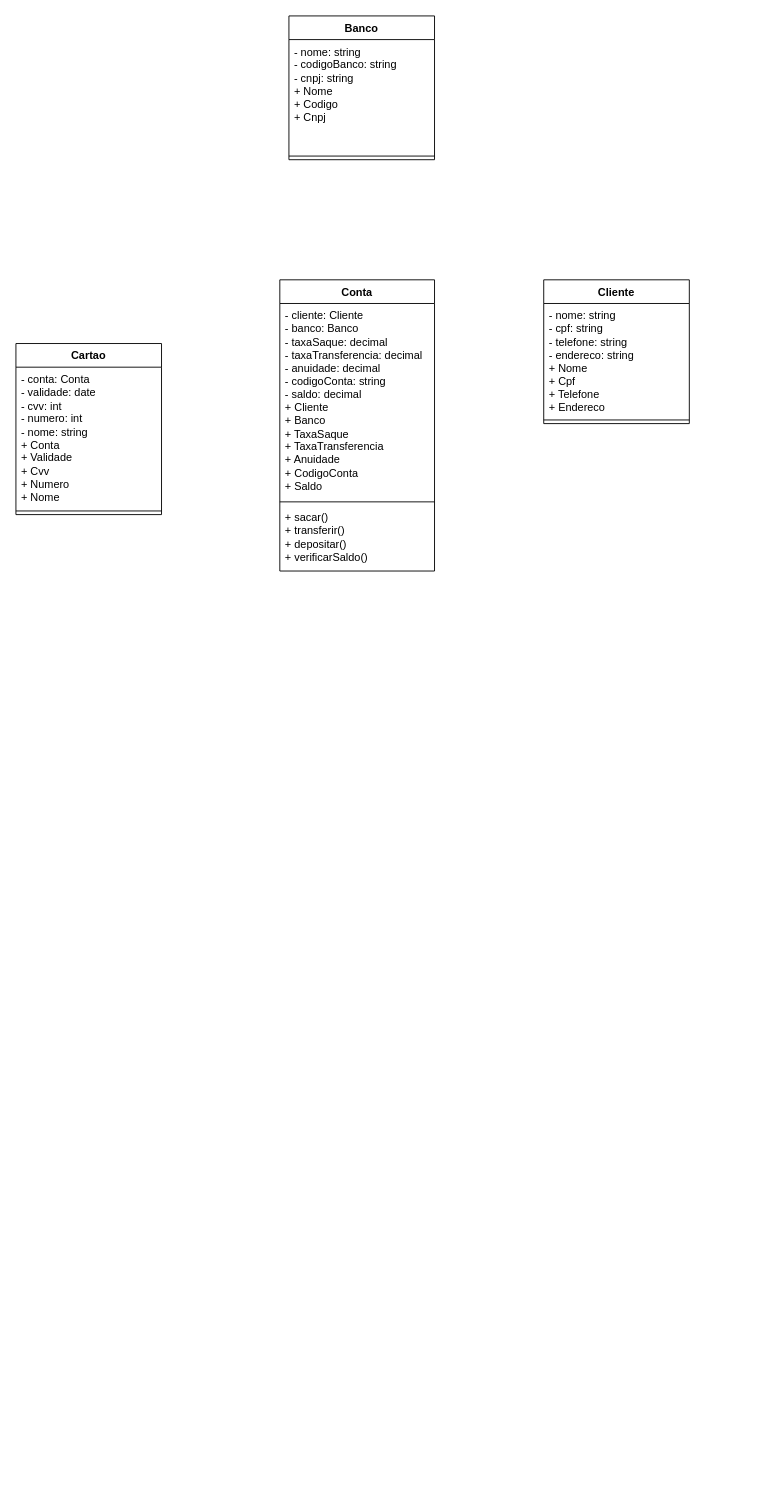
The draw.io diagram Classes Abstratas - POO.drawio in IamArthurGama/OOP-Abstract-Classes, before the edit. Source tidied: cells renumbered, new cells numbered last; positions are measured from the earlier drawing's top-left corner, leaving out a move shared by most shapes. Both pictures are drawn from the tidied source at 91%, with x=0, y=0 at pixel (15, 15).
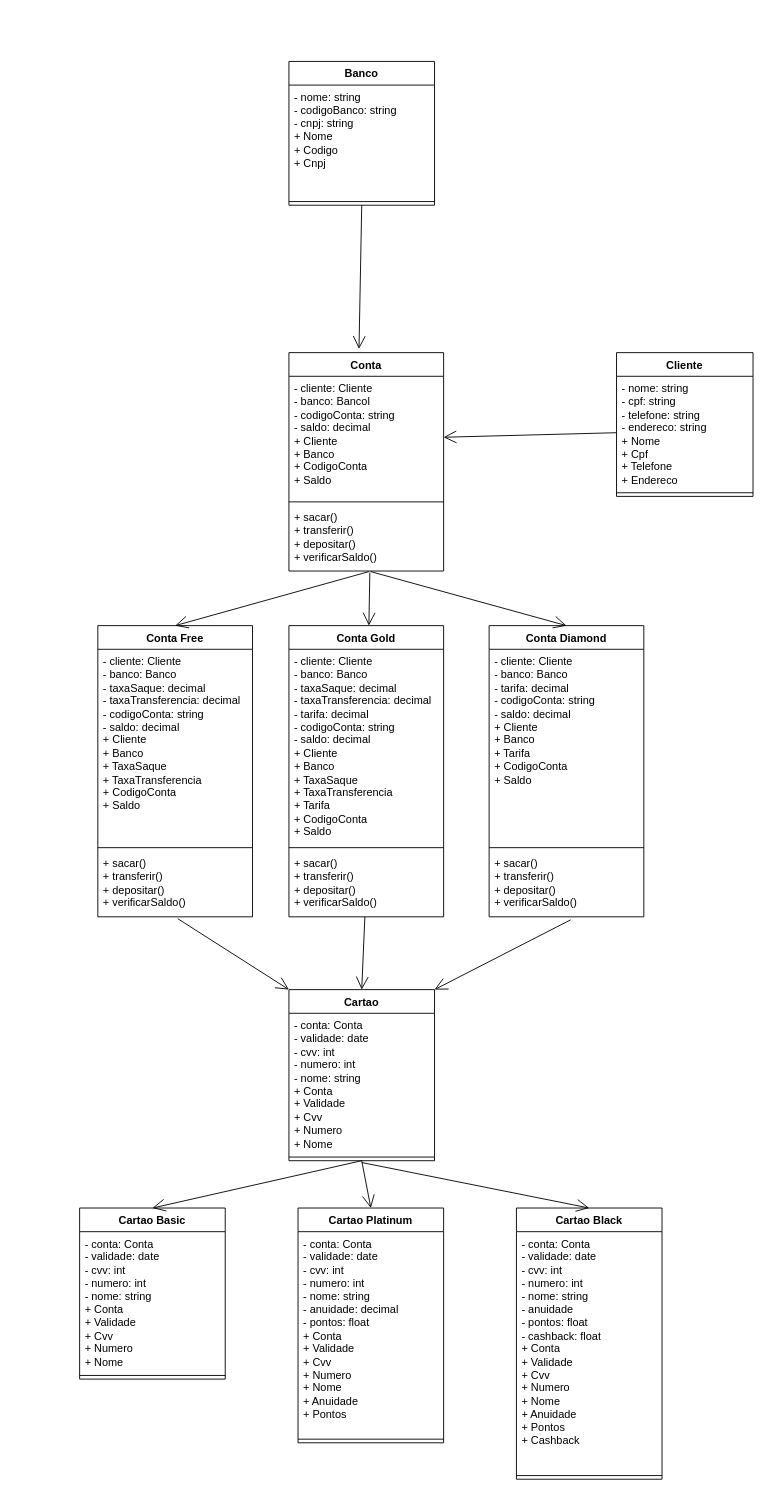
After the change.

Change to the diagram source:
```diff
@@
     <mxCell id="2" value="Conta" style="swimlane;fontStyle=1;align=center;verticalAlign=top;horizontal=1;startSize=26;whiteSpace=wrap;html=1;" parent="1" vertex="1">
-      <mxGeometry x="290" y="290" width="170" height="320" as="geometry" />
+      <mxGeometry x="300" y="370" width="170" height="240" as="geometry" />
     </mxCell>
-    <mxCell id="3" value="- cliente: Cliente&lt;div&gt;- banco: Banco&lt;/div&gt;&lt;div&gt;- taxaSaque: decimal&lt;/div&gt;&lt;div&gt;- taxaTransferencia: decimal&lt;/div&gt;&lt;div&gt;- anuidade: decimal&lt;/div&gt;&lt;div&gt;- codigoConta: string&lt;/div&gt;&lt;div&gt;- saldo: decimal&lt;/div&gt;&lt;div&gt;+ Cliente&lt;/div&gt;&lt;div&gt;+ Banco&lt;/div&gt;&lt;div&gt;+ TaxaSaque&lt;/div&gt;&lt;div&gt;+ TaxaTransferencia&lt;/div&gt;&lt;div&gt;+ Anuidade&lt;/div&gt;&lt;div&gt;+ CodigoConta&lt;/div&gt;&lt;div&gt;+ Saldo&lt;/div&gt;" style="text;strokeColor=none;fillColor=none;align=left;verticalAlign=top;spacingLeft=4;spacingRight=4;overflow=hidden;points=[[0,0.5],[1,0.5]];portConstraint=eastwest;whiteSpace=wrap;html=1;" parent="2" vertex="1">
-      <mxGeometry y="26" width="170" height="214" as="geometry" />
+    <mxCell id="3" value="- cliente: Cliente&lt;div&gt;- banco: Banco&lt;span style=&quot;background-color: transparent; color: light-dark(rgb(0, 0, 0), rgb(255, 255, 255));&quot;&gt;l&lt;/span&gt;&lt;/div&gt;&lt;div&gt;- codigoConta: string&lt;/div&gt;&lt;div&gt;- saldo: decimal&lt;/div&gt;&lt;div&gt;+ Cliente&lt;/div&gt;&lt;div&gt;+ Banco&lt;/div&gt;&lt;div&gt;+ CodigoConta&lt;/div&gt;&lt;div&gt;+ Saldo&lt;/div&gt;" style="text;strokeColor=none;fillColor=none;align=left;verticalAlign=top;spacingLeft=4;spacingRight=4;overflow=hidden;points=[[0,0.5],[1,0.5]];portConstraint=eastwest;whiteSpace=wrap;html=1;" parent="2" vertex="1">
+      <mxGeometry y="26" width="170" height="134" as="geometry" />
     </mxCell>
     <mxCell id="4" style="line;strokeWidth=1;fillColor=none;align=left;verticalAlign=middle;spacingTop=-1;spacingLeft=3;spacingRight=3;labelPosition=right;strokeColor=inherit;" parent="2" vertex="1">
-      <mxGeometry y="240" width="170" height="8" as="geometry" />
+      <mxGeometry y="160" width="170" height="8" as="geometry" />
     </mxCell>
     <mxCell id="5" value="+ sacar()&lt;div&gt;+ transferir()&lt;/div&gt;&lt;div&gt;+ depositar()&lt;/div&gt;&lt;div&gt;+ verificarSaldo()&lt;/div&gt;" style="text;strokeColor=none;fillColor=none;align=left;verticalAlign=top;spacingLeft=4;spacingRight=4;overflow=hidden;points=[[0,0.5],[1,0.5]];portConstraint=eastwest;whiteSpace=wrap;html=1;" parent="2" vertex="1">
-      <mxGeometry y="248" width="170" height="72" as="geometry" />
+      <mxGeometry y="168" width="170" height="72" as="geometry" />
     </mxCell>
     <mxCell id="6" value="Cartao" style="swimlane;fontStyle=1;align=center;verticalAlign=top;horizontal=1;startSize=26;whiteSpace=wrap;html=1;" parent="1" vertex="1">
-      <mxGeometry y="360" width="160" height="188" as="geometry" />
+      <mxGeometry x="300" y="1070" width="160" height="188" as="geometry" />
     </mxCell>
@@
     <mxCell id="9" value="Banco" style="swimlane;fontStyle=1;align=center;verticalAlign=top;horizontal=1;startSize=26;whiteSpace=wrap;html=1;" parent="1" vertex="1">
-      <mxGeometry x="300" width="160" height="158" as="geometry" />
+      <mxGeometry x="300" y="50" width="160" height="158" as="geometry" />
     </mxCell>
@@
     <mxCell id="12" value="Cliente" style="swimlane;fontStyle=1;align=center;verticalAlign=top;horizontal=1;startSize=26;whiteSpace=wrap;html=1;" parent="1" vertex="1">
-      <mxGeometry x="580" y="290" width="160" height="158" as="geometry" />
+      <mxGeometry x="660" y="370" width="150" height="158" as="geometry" />
     </mxCell>
     <mxCell id="13" value="- nome: string&lt;div&gt;- cpf: string&lt;/div&gt;&lt;div&gt;- telefone: string&lt;/div&gt;&lt;div&gt;- endereco: string&lt;/div&gt;&lt;div&gt;+ Nome&lt;/div&gt;&lt;div&gt;+ Cpf&lt;/div&gt;&lt;div&gt;+ Telefone&lt;/div&gt;&lt;div&gt;+ Endereco&lt;/div&gt;" style="text;strokeColor=none;fillColor=none;align=left;verticalAlign=top;spacingLeft=4;spacingRight=4;overflow=hidden;points=[[0,0.5],[1,0.5]];portConstraint=eastwest;whiteSpace=wrap;html=1;" parent="12" vertex="1">
-      <mxGeometry y="26" width="160" height="124" as="geometry" />
+      <mxGeometry y="26" width="150" height="124" as="geometry" />
     </mxCell>
     <mxCell id="14" style="line;strokeWidth=1;fillColor=none;align=left;verticalAlign=middle;spacingTop=-1;spacingLeft=3;spacingRight=3;labelPosition=right;strokeColor=inherit;" parent="12" vertex="1">
-      <mxGeometry y="150" width="160" height="8" as="geometry" />
+      <mxGeometry y="150" width="150" height="8" as="geometry" />
     </mxCell>
+    <mxCell id="15" value="Conta Free&lt;div&gt;&lt;br&gt;&lt;/div&gt;" style="swimlane;fontStyle=1;align=center;verticalAlign=top;horizontal=1;startSize=26;whiteSpace=wrap;html=1;" parent="1" vertex="1">
+      <mxGeometry x="90" y="670" width="170" height="320" as="geometry" />
+    </mxCell>
+    <mxCell id="16" value="- cliente: Cliente&lt;div&gt;- banco: Banco&lt;/div&gt;&lt;div&gt;- taxaSaque: decimal&lt;/div&gt;&lt;div&gt;- taxaTransferencia: decimal&lt;/div&gt;&lt;div&gt;- codigoConta: string&lt;/div&gt;&lt;div&gt;- saldo: decimal&lt;/div&gt;&lt;div&gt;+ Cliente&lt;/div&gt;&lt;div&gt;+ Banco&lt;/div&gt;&lt;div&gt;+ TaxaSaque&lt;/div&gt;&lt;div&gt;+ TaxaTransferencia&lt;/div&gt;&lt;div&gt;&lt;span style=&quot;background-color: transparent; color: light-dark(rgb(0, 0, 0), rgb(255, 255, 255));&quot;&gt;+ CodigoConta&lt;/span&gt;&lt;/div&gt;&lt;div&gt;+ Saldo&lt;/div&gt;" style="text;strokeColor=none;fillColor=none;align=left;verticalAlign=top;spacingLeft=4;spacingRight=4;overflow=hidden;whiteSpace=wrap;html=1;" parent="15" vertex="1">
+      <mxGeometry y="26" width="170" height="214" as="geometry" />
+    </mxCell>
+    <mxCell id="17" style="line;strokeWidth=1;fillColor=none;align=left;verticalAlign=middle;spacingTop=-1;spacingLeft=3;spacingRight=3;labelPosition=right;strokeColor=inherit;" parent="15" vertex="1">
+      <mxGeometry y="240" width="170" height="8" as="geometry" />
+    </mxCell>
+    <mxCell id="18" value="+ sacar()&lt;div&gt;+ transferir()&lt;/div&gt;&lt;div&gt;+ depositar()&lt;/div&gt;&lt;div&gt;+ verificarSaldo()&lt;/div&gt;" style="text;strokeColor=none;fillColor=none;align=left;verticalAlign=top;spacingLeft=4;spacingRight=4;overflow=hidden;points=[[0,0.5],[1,0.5]];portConstraint=eastwest;whiteSpace=wrap;html=1;" parent="15" vertex="1">
+      <mxGeometry y="248" width="170" height="72" as="geometry" />
+    </mxCell>
+    <mxCell id="19" value="Conta Gold" style="swimlane;fontStyle=1;align=center;verticalAlign=top;horizontal=1;startSize=26;whiteSpace=wrap;html=1;" parent="1" vertex="1">
+      <mxGeometry x="300" y="670" width="170" height="320" as="geometry" />
+    </mxCell>
+    <mxCell id="20" value="- cliente: Cliente&lt;div&gt;- banco: Banco&lt;/div&gt;&lt;div&gt;- taxaSaque: decimal&lt;/div&gt;&lt;div&gt;- taxaTransferencia: decimal&lt;/div&gt;&lt;div&gt;- tarifa: decimal&lt;/div&gt;&lt;div&gt;- codigoConta: string&lt;/div&gt;&lt;div&gt;- saldo: decimal&lt;/div&gt;&lt;div&gt;+ Cliente&lt;/div&gt;&lt;div&gt;+ Banco&lt;/div&gt;&lt;div&gt;+ TaxaSaque&lt;/div&gt;&lt;div&gt;+ TaxaTransferencia&lt;/div&gt;&lt;div&gt;+ Tarifa&lt;/div&gt;&lt;div&gt;+ CodigoConta&lt;/div&gt;&lt;div&gt;+ Saldo&lt;/div&gt;" style="text;strokeColor=none;fillColor=none;align=left;verticalAlign=top;spacingLeft=4;spacingRight=4;overflow=hidden;whiteSpace=wrap;html=1;" parent="19" vertex="1">
+      <mxGeometry y="26" width="170" height="214" as="geometry" />
+    </mxCell>
+    <mxCell id="21" style="line;strokeWidth=1;fillColor=none;align=left;verticalAlign=middle;spacingTop=-1;spacingLeft=3;spacingRight=3;labelPosition=right;strokeColor=inherit;" parent="19" vertex="1">
+      <mxGeometry y="240" width="170" height="8" as="geometry" />
+    </mxCell>
+    <mxCell id="22" value="+ sacar()&lt;div&gt;+ transferir()&lt;/div&gt;&lt;div&gt;+ depositar()&lt;/div&gt;&lt;div&gt;+ verificarSaldo()&lt;/div&gt;" style="text;strokeColor=none;fillColor=none;align=left;verticalAlign=top;spacingLeft=4;spacingRight=4;overflow=hidden;points=[[0,0.5],[1,0.5]];portConstraint=eastwest;whiteSpace=wrap;html=1;" parent="19" vertex="1">
+      <mxGeometry y="248" width="170" height="72" as="geometry" />
+    </mxCell>
+    <mxCell id="23" value="Conta Diamond" style="swimlane;fontStyle=1;align=center;verticalAlign=top;horizontal=1;startSize=26;whiteSpace=wrap;html=1;" parent="1" vertex="1">
+      <mxGeometry x="520" y="670" width="170" height="320" as="geometry" />
+    </mxCell>
+    <mxCell id="24" value="- cliente: Cliente&lt;div&gt;- banco: Banco&lt;/div&gt;&lt;div&gt;- tarifa: decimal&lt;/div&gt;&lt;div&gt;- codigoConta: string&lt;/div&gt;&lt;div&gt;- saldo: decimal&lt;/div&gt;&lt;div&gt;+ Cliente&lt;/div&gt;&lt;div&gt;+ Banco&lt;/div&gt;&lt;div&gt;+ Tarifa&lt;/div&gt;&lt;div&gt;+ CodigoConta&lt;/div&gt;&lt;div&gt;+ Saldo&lt;/div&gt;" style="text;strokeColor=none;fillColor=none;align=left;verticalAlign=top;spacingLeft=4;spacingRight=4;overflow=hidden;whiteSpace=wrap;html=1;" parent="23" vertex="1">
+      <mxGeometry y="26" width="170" height="214" as="geometry" />
+    </mxCell>
+    <mxCell id="25" style="line;strokeWidth=1;fillColor=none;align=left;verticalAlign=middle;spacingTop=-1;spacingLeft=3;spacingRight=3;labelPosition=right;strokeColor=inherit;" parent="23" vertex="1">
+      <mxGeometry y="240" width="170" height="8" as="geometry" />
+    </mxCell>
+    <mxCell id="26" value="+ sacar()&lt;div&gt;+ transferir()&lt;/div&gt;&lt;div&gt;+ depositar()&lt;/div&gt;&lt;div&gt;+ verificarSaldo()&lt;/div&gt;" style="text;strokeColor=none;fillColor=none;align=left;verticalAlign=top;spacingLeft=4;spacingRight=4;overflow=hidden;points=[[0,0.5],[1,0.5]];portConstraint=eastwest;whiteSpace=wrap;html=1;" parent="23" vertex="1">
+      <mxGeometry y="248" width="170" height="72" as="geometry" />
+    </mxCell>
+    <mxCell id="27" style="endArrow=open;endFill=1;endSize=12;html=1;rounded=0;exitX=0.517;exitY=1.009;exitDx=0;exitDy=0;exitPerimeter=0;entryX=0.5;entryY=0;entryDx=0;entryDy=0;" parent="1" edge="1" source="5" target="15">
+      <mxGeometry relative="1" as="geometry" />
+    </mxCell>
+    <mxCell id="28" style="endArrow=open;endFill=1;endSize=12;html=1;rounded=0;exitX=0.523;exitY=1.022;exitDx=0;exitDy=0;exitPerimeter=0;" parent="1" edge="1" source="5" target="19">
+      <mxGeometry relative="1" as="geometry" />
+    </mxCell>
+    <mxCell id="29" style="endArrow=open;endFill=1;endSize=12;html=1;rounded=0;exitX=0.529;exitY=1.009;exitDx=0;exitDy=0;exitPerimeter=0;entryX=0.5;entryY=0;entryDx=0;entryDy=0;" parent="1" edge="1" source="5" target="23">
+      <mxGeometry relative="1" as="geometry" />
+    </mxCell>
+    <mxCell id="30" style="endArrow=open;endFill=1;endSize=12;html=1;rounded=0;entryX=0.453;entryY=-0.017;entryDx=0;entryDy=0;entryPerimeter=0;exitX=0.5;exitY=1;exitDx=0;exitDy=0;" parent="1" edge="1" source="9" target="2">
+      <mxGeometry relative="1" as="geometry" />
+    </mxCell>
+    <mxCell id="31" style="endArrow=open;endFill=1;endSize=12;html=1;rounded=0;exitX=0;exitY=0.5;exitDx=0;exitDy=0;entryX=1;entryY=0.5;entryDx=0;entryDy=0;" parent="1" edge="1" source="13" target="3">
+      <mxGeometry relative="1" as="geometry" />
+    </mxCell>
+    <mxCell id="32" style="endArrow=open;endFill=1;endSize=12;html=1;rounded=0;exitX=0.517;exitY=1.029;exitDx=0;exitDy=0;exitPerimeter=0;entryX=0;entryY=0;entryDx=0;entryDy=0;" parent="1" edge="1" source="18" target="6">
+      <mxGeometry relative="1" as="geometry" />
+    </mxCell>
+    <mxCell id="33" style="endArrow=open;endFill=1;endSize=12;html=1;rounded=0;entryX=0.5;entryY=0;entryDx=0;entryDy=0;" parent="1" edge="1" source="22" target="6">
+      <mxGeometry relative="1" as="geometry" />
+    </mxCell>
+    <mxCell id="34" style="endArrow=open;endFill=1;endSize=12;html=1;rounded=0;exitX=0.527;exitY=1.046;exitDx=0;exitDy=0;exitPerimeter=0;entryX=1;entryY=0;entryDx=0;entryDy=0;" parent="1" edge="1" source="26" target="6">
+      <mxGeometry relative="1" as="geometry" />
+    </mxCell>
+    <mxCell id="35" value="Cartao Basic" style="swimlane;fontStyle=1;align=center;verticalAlign=top;horizontal=1;startSize=26;whiteSpace=wrap;html=1;" parent="1" vertex="1">
+      <mxGeometry x="70" y="1310" width="160" height="188" as="geometry" />
+    </mxCell>
+    <mxCell id="36" value="- conta: Conta&lt;div&gt;&lt;div&gt;- validade: date&lt;/div&gt;&lt;div&gt;- cvv: int&lt;/div&gt;&lt;div&gt;- numero: int&lt;/div&gt;&lt;div&gt;- nome: string&lt;/div&gt;&lt;div&gt;+ Conta&lt;/div&gt;&lt;div&gt;+ Validade&lt;/div&gt;&lt;div&gt;+ Cvv&lt;/div&gt;&lt;div&gt;+ Numero&lt;/div&gt;&lt;div&gt;+ Nome&lt;/div&gt;&lt;div&gt;&lt;br&gt;&lt;/div&gt;&lt;/div&gt;" style="text;strokeColor=none;fillColor=none;align=left;verticalAlign=top;spacingLeft=4;spacingRight=4;overflow=hidden;whiteSpace=wrap;html=1;" parent="35" vertex="1">
+      <mxGeometry y="26" width="160" height="154" as="geometry" />
+    </mxCell>
+    <mxCell id="37" style="line;strokeWidth=1;fillColor=none;align=left;verticalAlign=middle;spacingTop=-1;spacingLeft=3;spacingRight=3;labelPosition=right;strokeColor=inherit;" parent="35" vertex="1">
+      <mxGeometry y="180" width="160" height="8" as="geometry" />
+    </mxCell>
+    <mxCell id="38" value="Cartao Platinum" style="swimlane;fontStyle=1;align=center;verticalAlign=top;horizontal=1;startSize=26;whiteSpace=wrap;html=1;" parent="1" vertex="1">
+      <mxGeometry x="310" y="1310" width="160" height="258" as="geometry" />
+    </mxCell>
+    <mxCell id="39" value="- conta: Conta&lt;div&gt;&lt;div&gt;- validade: date&lt;/div&gt;&lt;div&gt;- cvv: int&lt;/div&gt;&lt;div&gt;- numero: int&lt;/div&gt;&lt;div&gt;- nome: string&lt;/div&gt;&lt;div&gt;- anuidade: decimal&lt;/div&gt;&lt;div&gt;- pontos: float&lt;/div&gt;&lt;div&gt;+ Conta&lt;/div&gt;&lt;div&gt;+ Validade&lt;/div&gt;&lt;div&gt;+ Cvv&lt;/div&gt;&lt;div&gt;+ Numero&lt;/div&gt;&lt;div&gt;+ Nome&lt;/div&gt;&lt;div&gt;+ Anuidade&lt;/div&gt;&lt;/div&gt;&lt;div&gt;+ Pontos&lt;/div&gt;&lt;div&gt;&lt;br&gt;&lt;/div&gt;" style="text;strokeColor=none;fillColor=none;align=left;verticalAlign=top;spacingLeft=4;spacingRight=4;overflow=hidden;whiteSpace=wrap;html=1;" parent="38" vertex="1">
+      <mxGeometry y="26" width="160" height="224" as="geometry" />
+    </mxCell>
+    <mxCell id="40" style="line;strokeWidth=1;fillColor=none;align=left;verticalAlign=middle;spacingTop=-1;spacingLeft=3;spacingRight=3;labelPosition=right;strokeColor=inherit;" parent="38" vertex="1">
+      <mxGeometry y="250" width="160" height="8" as="geometry" />
+    </mxCell>
+    <mxCell id="41" value="Cartao Black" style="swimlane;fontStyle=1;align=center;verticalAlign=top;horizontal=1;startSize=26;whiteSpace=wrap;html=1;" parent="1" vertex="1">
+      <mxGeometry x="550" y="1310" width="160" height="298" as="geometry" />
+    </mxCell>
+    <mxCell id="42" value="- conta: Conta&lt;div&gt;&lt;div&gt;- validade: date&lt;/div&gt;&lt;div&gt;- cvv: int&lt;/div&gt;&lt;div&gt;- numero: int&lt;/div&gt;&lt;div&gt;- nome: string&lt;/div&gt;&lt;div&gt;- anuidade&lt;/div&gt;&lt;div&gt;- pontos: float&lt;/div&gt;&lt;div&gt;- cashback: float&lt;/div&gt;&lt;div&gt;+ Conta&lt;/div&gt;&lt;div&gt;+ Validade&lt;/div&gt;&lt;div&gt;+ Cvv&lt;/div&gt;&lt;div&gt;+ Numero&lt;/div&gt;&lt;div&gt;+ Nome&lt;/div&gt;&lt;div&gt;+ Anuidade&lt;/div&gt;&lt;div&gt;+ Pontos&lt;br&gt;+ Cashback&lt;/div&gt;&lt;/div&gt;" style="text;strokeColor=none;fillColor=none;align=left;verticalAlign=top;spacingLeft=4;spacingRight=4;overflow=hidden;whiteSpace=wrap;html=1;" parent="41" vertex="1">
+      <mxGeometry y="26" width="160" height="264" as="geometry" />
+    </mxCell>
+    <mxCell id="43" style="line;strokeWidth=1;fillColor=none;align=left;verticalAlign=middle;spacingTop=-1;spacingLeft=3;spacingRight=3;labelPosition=right;strokeColor=inherit;" parent="41" vertex="1">
+      <mxGeometry y="290" width="160" height="8" as="geometry" />
+    </mxCell>
+    <mxCell id="44" style="endArrow=open;endFill=1;endSize=12;html=1;rounded=0;exitX=0.5;exitY=1;exitDx=0;exitDy=0;entryX=0.5;entryY=0;entryDx=0;entryDy=0;" parent="1" edge="1" source="6" target="35">
+      <mxGeometry relative="1" as="geometry" />
+    </mxCell>
+    <mxCell id="45" style="endArrow=open;endFill=1;endSize=12;html=1;rounded=0;exitX=0.5;exitY=1;exitDx=0;exitDy=0;entryX=0.5;entryY=0;entryDx=0;entryDy=0;" parent="1" edge="1" source="6" target="38">
+      <mxGeometry relative="1" as="geometry" />
+    </mxCell>
+    <mxCell id="46" style="endArrow=open;endFill=1;endSize=12;html=1;rounded=0;entryX=0.5;entryY=0;entryDx=0;entryDy=0;" parent="1" edge="1" target="41">
+      <mxGeometry relative="1" as="geometry">
+        <mxPoint x="380" y="1260" as="sourcePoint" />
+      </mxGeometry>
+    </mxCell>
```
